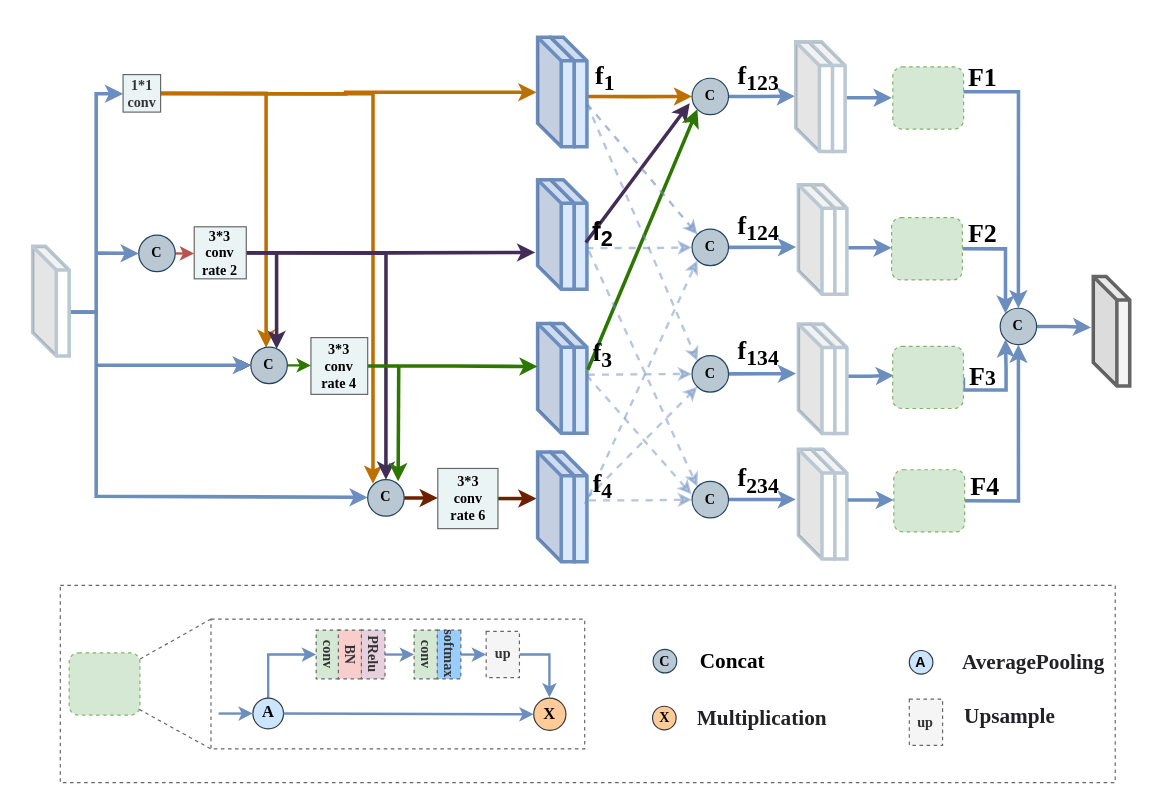
Earlier version of the draw.io diagram CCASPP.drawio (Hymhh/hymhh). Source tidied: cells renumbered, new cells numbered last; positions are measured from the earlier drawing's top-left corner, leaving out a move shared by most shapes. Both pictures are drawn from the tidied source at 118%, with x=0, y=0 at pixel (32, 37).
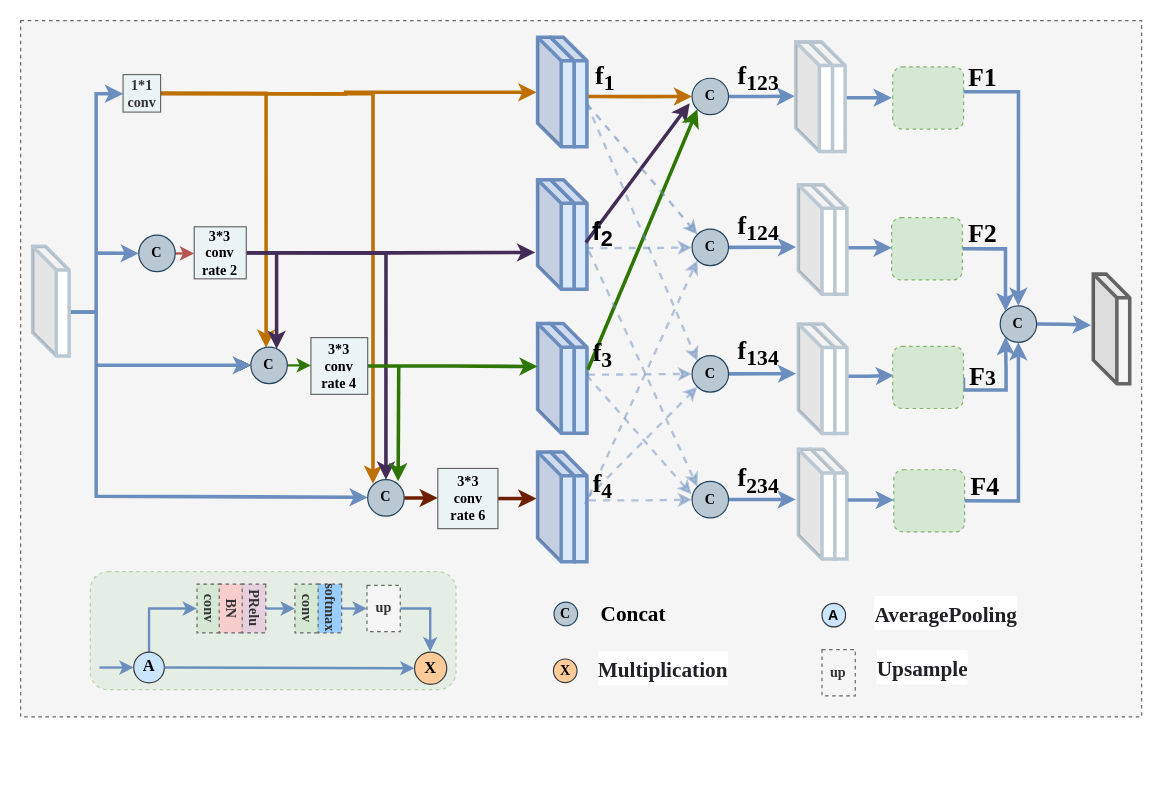
The same page after the edit.

Diff of the diagram source:
```diff
@@
+    <mxCell id="117" style="rounded=0;whiteSpace=wrap;html=1;fillColor=#f5f5f5;strokeColor=#666666;dashed=1;shadow=0;fontColor=#333333;" parent="1" vertex="1">
+      <mxGeometry x="-10" y="-14" width="950" height="590" as="geometry" />
+    </mxCell>
+    <mxCell id="118" style="rounded=1;whiteSpace=wrap;html=1;opacity=50;fillColor=#d5e8d4;strokeColor=#82b366;dashed=1;" parent="1" vertex="1">
+      <mxGeometry x="49" y="453" width="310" height="100" as="geometry" />
+    </mxCell>
@@
     <mxCell id="32" style="shape=cube;whiteSpace=wrap;html=1;boundedLbl=1;backgroundOutline=1;darkOpacity=0.05;darkOpacity2=0.1;strokeColor=#666666;strokeWidth=3;fillColor=#f5f5f5;fontColor=#333333;" parent="1" vertex="1">
-      <mxGeometry x="899" y="202.8" width="30.9" height="92.9" as="geometry" />
+      <mxGeometry x="899" y="200.8" width="30.9" height="92.9" as="geometry" />
     </mxCell>
@@
     <mxCell id="56" value="&lt;b&gt;&lt;font face=&quot;Times New Roman&quot;&gt;C&lt;/font&gt;&lt;/b&gt;" style="ellipse;whiteSpace=wrap;html=1;strokeColor=#23445d;strokeWidth=1;fillColor=#bac8d3;" parent="1" vertex="1">
-      <mxGeometry x="820.1" y="229.7" width="30.9" height="30.9" as="geometry" />
+      <mxGeometry x="820.1" y="227.7" width="30.9" height="30.9" as="geometry" />
     </mxCell>
@@
     <mxCell id="61" value="&lt;font face=&quot;Times New Roman&quot;&gt;&lt;b&gt;C&lt;/b&gt;&lt;/font&gt;" style="ellipse;whiteSpace=wrap;html=1;strokeColor=#23445d;strokeWidth=1;fillColor=#bac8d3;" parent="1" vertex="1">
-      <mxGeometry x="526" y="518.8" width="20" height="20" as="geometry" />
+      <mxGeometry x="442" y="478.8" width="20" height="20" as="geometry" />
     </mxCell>
     <mxCell id="62" value="&lt;font face=&quot;Times New Roman&quot; style=&quot;font-size: 18px&quot;&gt;&lt;b&gt;Concat&lt;/b&gt;&lt;/font&gt;" style="text;html=1;align=center;verticalAlign=middle;fillColor=none;strokeColor=none;rounded=0;strokeWidth=2;" parent="1" vertex="1">
-      <mxGeometry x="557.9" y="518.8" width="70" height="20" as="geometry" />
+      <mxGeometry x="473.9" y="478.8" width="70" height="20" as="geometry" />
     </mxCell>
     <mxCell id="63" value="&lt;b&gt;A&lt;/b&gt;" style="ellipse;whiteSpace=wrap;html=1;strokeColor=#36393d;strokeWidth=1;fillColor=#cce5ff;" parent="1" vertex="1">
-      <mxGeometry x="743.1" y="519.8" width="20" height="20" as="geometry" />
+      <mxGeometry x="669.1" y="479.8" width="20" height="20" as="geometry" />
     </mxCell>
     <mxCell id="64" value="&lt;h1 class=&quot;el-tooltip d-ib title fs-xxl line-2&quot; tabindex=&quot;0&quot; style=&quot;padding: 0px ; margin: 0px ; box-sizing: border-box ; display: inline-block ; overflow: hidden ; word-break: break-all ; outline-width: 0px ; color: rgb(34 , 34 , 38) ; background-color: rgb(255 , 255 , 255)&quot;&gt;&lt;font style=&quot;font-size: 18px&quot; face=&quot;Times New Roman&quot;&gt;AveragePooling&lt;/font&gt;&lt;/h1&gt;" style="text;html=1;align=center;verticalAlign=middle;fillColor=none;strokeColor=none;rounded=0;" parent="1" vertex="1">
-      <mxGeometry x="777.7" y="519.8" width="140" height="20" as="geometry" />
+      <mxGeometry x="703.7" y="479.8" width="140" height="20" as="geometry" />
     </mxCell>
     <mxCell id="65" value="&lt;font face=&quot;Times New Roman&quot; size=&quot;1&quot;&gt;&lt;b style=&quot;font-size: 14px&quot;&gt;X&lt;/b&gt;&lt;/font&gt;" style="ellipse;whiteSpace=wrap;html=1;strokeColor=#36393d;strokeWidth=1;fillColor=#ffcc99;" parent="1" vertex="1">
-      <mxGeometry x="424.8" y="560.2" width="27.3" height="27.3" as="geometry" />
+      <mxGeometry x="323.8" y="521.2" width="27.3" height="27.3" as="geometry" />
     </mxCell>
@@
-    <mxCell id="82" style="rounded=1;whiteSpace=wrap;html=1;strokeColor=#82b366;fillColor=#d5e8d4;dashed=1;" parent="1" vertex="1">
-      <mxGeometry x="31.1" y="521.8" width="60" height="52.7" as="geometry" />
-    </mxCell>
@@
     <mxCell id="84" value="&lt;b&gt;&lt;font face=&quot;Times New Roman&quot; style=&quot;font-size: 14px&quot;&gt;A&lt;/font&gt;&lt;/b&gt;" style="ellipse;whiteSpace=wrap;html=1;strokeColor=#36393d;strokeWidth=1;fillColor=#cce5ff;" parent="1" vertex="1">
-      <mxGeometry x="186.8" y="560.2" width="26" height="26" as="geometry" />
+      <mxGeometry x="85.8" y="521.2" width="26" height="26" as="geometry" />
     </mxCell>
     <mxCell id="85" style="edgeStyle=orthogonalEdgeStyle;rounded=0;jettySize=auto;html=1;exitX=1;exitY=0.5;exitDx=0;exitDy=0;strokeColor=#6C8EBF;strokeWidth=2;entryX=0.487;entryY=-0.021;entryDx=0;entryDy=0;entryPerimeter=0;" parent="1" edge="1" source="86" target="65">
       <mxGeometry relative="1" as="geometry">
         <Array as="points">
-          <mxPoint x="438.1" y="523" />
+          <mxPoint x="337.1" y="484" />
         </Array>
       </mxGeometry>
     </mxCell>
     <mxCell id="86" value="&lt;font face=&quot;Times New Roman&quot;&gt;&lt;b&gt;up&lt;/b&gt;&lt;/font&gt;" style="rounded=0;whiteSpace=wrap;html=1;dashed=1;strokeColor=#666666;fillColor=#f5f5f5;fontColor=#333333;" parent="1" vertex="1">
-      <mxGeometry x="384.5" y="503.6" width="28.2" height="39.2" as="geometry" />
+      <mxGeometry x="283.5" y="464.6" width="28.2" height="39.2" as="geometry" />
     </mxCell>
@@
     <mxCell id="88" value="&lt;font face=&quot;Times New Roman&quot;&gt;&lt;b&gt;conv&lt;/b&gt;&lt;/font&gt;" style="rounded=0;whiteSpace=wrap;html=1;dashed=1;strokeColor=#666666;fillColor=#D5E8D4;fontColor=#333333;rotation=90;" parent="1" vertex="1">
-      <mxGeometry x="229.8" y="513.2" width="41.3" height="20" as="geometry" />
+      <mxGeometry x="128.8" y="474.2" width="41.3" height="20" as="geometry" />
     </mxCell>
     <mxCell id="89" value="&lt;font face=&quot;Times New Roman&quot;&gt;&lt;b&gt;BN&lt;/b&gt;&lt;/font&gt;" style="rounded=0;whiteSpace=wrap;html=1;dashed=1;strokeColor=#666666;fillColor=#F8CECC;fontColor=#333333;rotation=90;" parent="1" vertex="1">
-      <mxGeometry x="248.6" y="513.2" width="41.3" height="20" as="geometry" />
+      <mxGeometry x="147.6" y="474.2" width="41.3" height="20" as="geometry" />
     </mxCell>
@@
     <mxCell id="91" value="&lt;font face=&quot;Times New Roman&quot;&gt;&lt;b&gt;PRelu&lt;/b&gt;&lt;/font&gt;" style="rounded=0;whiteSpace=wrap;html=1;dashed=1;strokeColor=#666666;fillColor=#E6D0DE;fontColor=#333333;rotation=90;" parent="1" vertex="1">
-      <mxGeometry x="268.1" y="513.2" width="41.3" height="20" as="geometry" />
+      <mxGeometry x="167.1" y="474.2" width="41.3" height="20" as="geometry" />
     </mxCell>
     <mxCell id="92" value="&lt;font face=&quot;Times New Roman&quot;&gt;&lt;b&gt;conv&lt;/b&gt;&lt;/font&gt;" style="rounded=0;whiteSpace=wrap;html=1;dashed=1;strokeColor=#666666;fillColor=#D5E8D4;fontColor=#333333;rotation=90;" parent="1" vertex="1">
-      <mxGeometry x="312.8" y="513.2" width="41.3" height="20" as="geometry" />
+      <mxGeometry x="211.8" y="474.2" width="41.3" height="20" as="geometry" />
     </mxCell>
@@
     <mxCell id="94" value="&lt;font face=&quot;Times New Roman&quot;&gt;&lt;b&gt;softmax&lt;/b&gt;&lt;/font&gt;" style="rounded=0;whiteSpace=wrap;html=1;dashed=1;strokeColor=#666666;fillColor=#99CCFF;fontColor=#333333;rotation=90;" parent="1" vertex="1">
-      <mxGeometry x="332.4" y="513.2" width="41.3" height="20" as="geometry" />
+      <mxGeometry x="231.4" y="474.2" width="41.3" height="20" as="geometry" />
     </mxCell>
     <mxCell id="95" style="endArrow=classic;html=1;strokeColor=#6C8EBF;strokeWidth=2;" parent="1" edge="1">
       <mxGeometry relative="1" as="geometry">
-        <mxPoint x="157.8" y="573.2" as="sourcePoint" />
-        <mxPoint x="186.8" y="573.2" as="targetPoint" />
+        <mxPoint x="56.8" y="534.2" as="sourcePoint" />
+        <mxPoint x="85.8" y="534.2" as="targetPoint" />
       </mxGeometry>
     </mxCell>
-    <mxCell id="96" style="rounded=0;whiteSpace=wrap;html=1;dashed=1;strokeColor=#666666;fillColor=none;" parent="1" vertex="1">
-      <mxGeometry x="151.3" y="493.2" width="316.7" height="110" as="geometry" />
-    </mxCell>
-    <mxCell id="97" style="endArrow=none;html=1;strokeColor=#666666;strokeWidth=1;exitX=1.002;exitY=0.099;exitDx=0;exitDy=0;exitPerimeter=0;dashed=1;" parent="1" edge="1" source="82">
-      <mxGeometry relative="1" as="geometry">
-        <mxPoint x="151.1" y="493.2" as="targetPoint" />
-      </mxGeometry>
-    </mxCell>
-    <mxCell id="98" style="endArrow=none;html=1;dashed=1;strokeColor=#666666;strokeWidth=1;entryX=0;entryY=1;entryDx=0;entryDy=0;exitX=0.99;exitY=0.909;exitDx=0;exitDy=0;exitPerimeter=0;" parent="1" edge="1" source="82" target="96">
-      <mxGeometry relative="1" as="geometry" />
-    </mxCell>
     <mxCell id="99" value="&lt;font face=&quot;Times New Roman&quot;&gt;&lt;b&gt;X&lt;/b&gt;&lt;/font&gt;" style="ellipse;whiteSpace=wrap;html=1;strokeColor=#36393d;strokeWidth=1;fillColor=#ffcc99;" parent="1" vertex="1">
-      <mxGeometry x="525.5" y="567" width="20" height="20" as="geometry" />
+      <mxGeometry x="441.5" y="527" width="20" height="20" as="geometry" />
     </mxCell>
     <mxCell id="100" value="&lt;h1 class=&quot;el-tooltip d-ib title fs-xxl line-2&quot; tabindex=&quot;0&quot; style=&quot;padding: 0px ; margin: 0px ; box-sizing: border-box ; display: inline-block ; overflow: hidden ; word-break: break-all ; outline-width: 0px ; color: rgb(34 , 34 , 38) ; background-color: rgb(255 , 255 , 255)&quot;&gt;&lt;font style=&quot;font-size: 18px&quot; face=&quot;Times New Roman&quot;&gt;Multiplication&lt;/font&gt;&lt;/h1&gt;" style="text;html=1;align=center;verticalAlign=middle;fillColor=none;strokeColor=none;rounded=0;" parent="1" vertex="1">
-      <mxGeometry x="552.9" y="567" width="130" height="20" as="geometry" />
+      <mxGeometry x="468.9" y="527" width="130" height="20" as="geometry" />
     </mxCell>
     <mxCell id="101" value="&lt;font face=&quot;Times New Roman&quot;&gt;&lt;b&gt;up&lt;/b&gt;&lt;/font&gt;" style="rounded=0;whiteSpace=wrap;html=1;dashed=1;strokeColor=#666666;fillColor=#f5f5f5;fontColor=#333333;" parent="1" vertex="1">
-      <mxGeometry x="743.1" y="561" width="28.2" height="39.2" as="geometry" />
+      <mxGeometry x="669.1" y="519" width="28.2" height="39.2" as="geometry" />
     </mxCell>
     <mxCell id="102" value="&lt;h1 class=&quot;el-tooltip d-ib title fs-xxl line-2&quot; tabindex=&quot;0&quot; style=&quot;padding: 0px ; margin: 0px ; box-sizing: border-box ; display: inline-block ; overflow: hidden ; word-break: break-all ; outline-width: 0px ; color: rgb(34 , 34 , 38) ; background-color: rgb(255 , 255 , 255)&quot;&gt;&lt;font style=&quot;font-size: 18px&quot; face=&quot;Times New Roman&quot;&gt;Upsample&lt;/font&gt;&lt;/h1&gt;" style="text;html=1;align=center;verticalAlign=middle;fillColor=none;strokeColor=none;rounded=0;" parent="1" vertex="1">
-      <mxGeometry x="782.7" y="566.2" width="90" height="20" as="geometry" />
+      <mxGeometry x="708.7" y="526.2" width="90" height="20" as="geometry" />
     </mxCell>
@@
-    <mxCell id="117" style="rounded=0;whiteSpace=wrap;html=1;fillColor=none;strokeColor=#666666;dashed=1;shadow=0;" parent="1" vertex="1">
-      <mxGeometry x="23.6" y="464.6" width="894" height="167.2" as="geometry" />
-    </mxCell>
```
